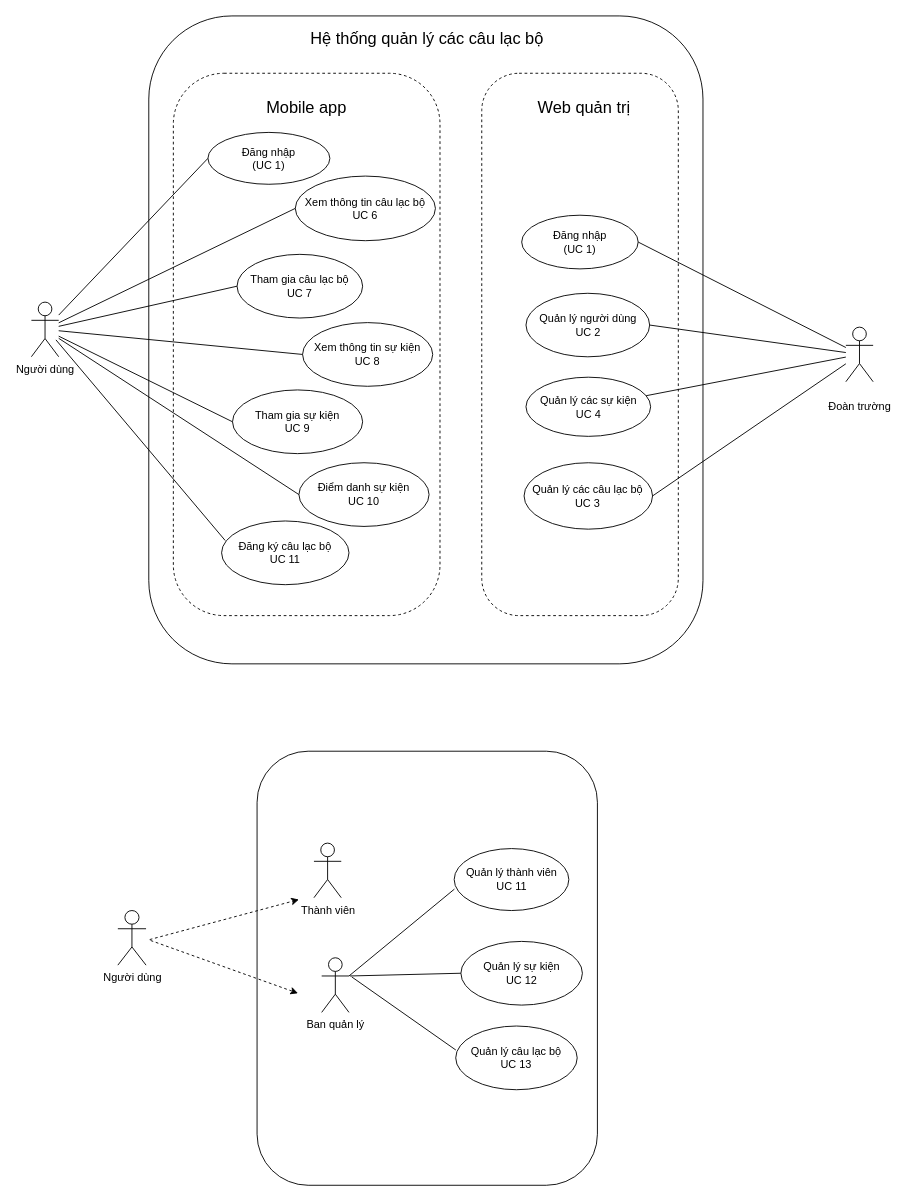
The draw.io diagram page "users" (16 of 20) of Diagram.drawio in DnhTrn/finall_project, before the edit. Source tidied: cells renumbered, new cells numbered last; positions are measured from the earlier drawing's top-left corner, leaving out a move shared by most shapes. Both pictures are drawn from the tidied source at 91%, with x=0, y=0 at pixel (31, 15).
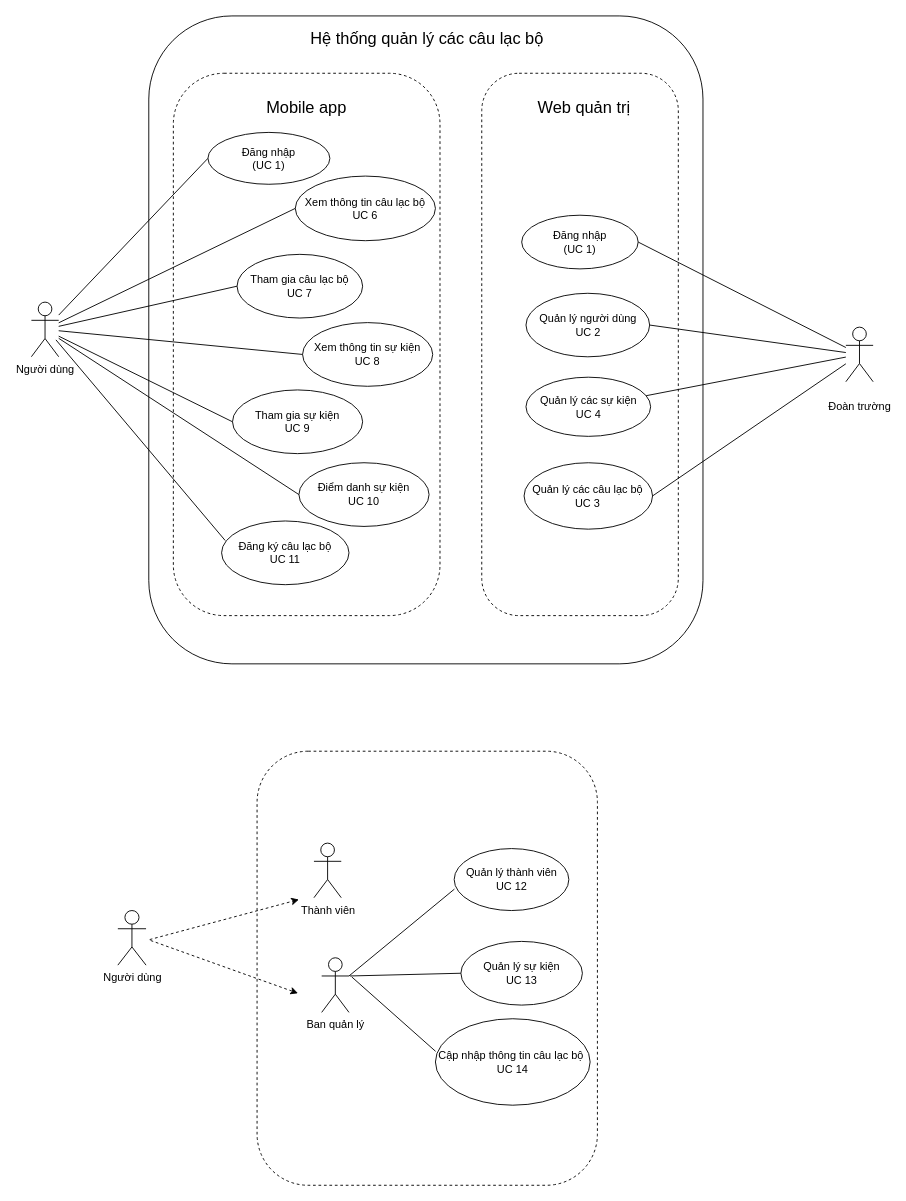
The same page after the edit.

What changed in the source:
```diff
@@
-    <mxCell id="2" style="rounded=1;whiteSpace=wrap;html=1;" parent="1" vertex="1">
+    <mxCell id="2" style="rounded=1;whiteSpace=wrap;html=1;dashed=1;" parent="1" vertex="1">
       <mxGeometry x="248" y="808" width="374" height="477" as="geometry" />
     </mxCell>
@@
-    <mxCell id="10" value="Quản lý thành viên&lt;div&gt;UC 11&lt;/div&gt;" style="ellipse;whiteSpace=wrap;html=1;" parent="1" vertex="1">
+    <mxCell id="10" value="Quản lý thành viên&lt;div&gt;UC 12&lt;/div&gt;" style="ellipse;whiteSpace=wrap;html=1;" parent="1" vertex="1">
       <mxGeometry x="464.6" y="915" width="126" height="68.1" as="geometry" />
     </mxCell>
-    <mxCell id="11" value="Quản lý sự kiện&lt;div&gt;UC 12&lt;/div&gt;" style="ellipse;whiteSpace=wrap;html=1;" parent="1" vertex="1">
+    <mxCell id="11" value="Quản lý sự kiện&lt;div&gt;UC 13&lt;/div&gt;" style="ellipse;whiteSpace=wrap;html=1;" parent="1" vertex="1">
       <mxGeometry x="472" y="1017" width="133.5" height="70" as="geometry" />
     </mxCell>
@@
-    <mxCell id="30" value="Quản lý câu lạc bộ&lt;div&gt;UC 13&lt;/div&gt;" style="ellipse;whiteSpace=wrap;html=1;" parent="1" vertex="1">
-      <mxGeometry x="466.3" y="1110" width="133.5" height="70" as="geometry" />
+    <mxCell id="30" value="Cập nhập thông tin câu lạc bộ&amp;nbsp;&lt;div&gt;UC 14&lt;/div&gt;" style="ellipse;whiteSpace=wrap;html=1;" parent="1" vertex="1">
+      <mxGeometry x="444" y="1102" width="170" height="95" as="geometry" />
     </mxCell>
```
